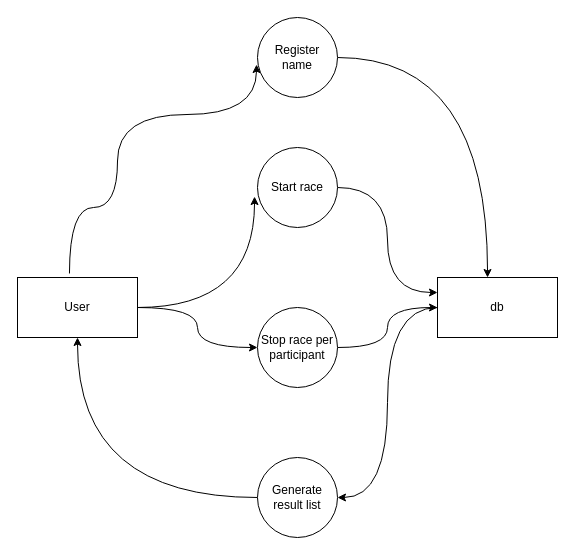
The draw.io diagram page "Basic flow" (1 of 2) of ProcessFlowDiagr.drawio in terjetopland/Merke, before the edit. Source tidied: cells renumbered, new cells numbered last; positions are measured from the earlier drawing's top-left corner, leaving out a move shared by most shapes. Both pictures are drawn from the tidied source at 100%, with x=0, y=0 at pixel (17, 17).
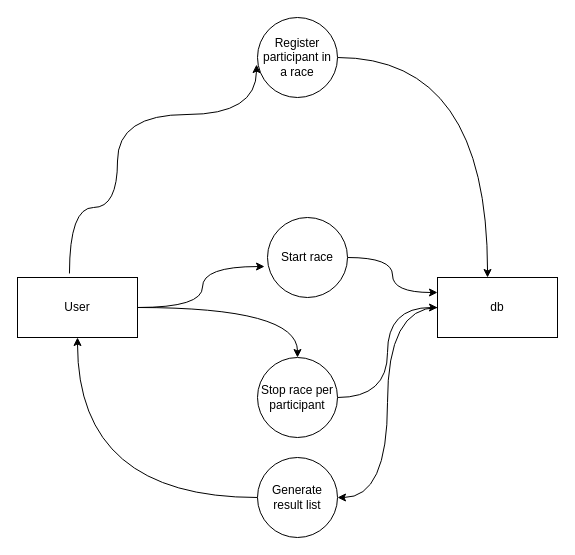
The same diagram, later.

What changed in the source:
```diff
@@
 <mxGraphModel>
   <root>
     <mxCell id="0" />
     <mxCell id="1" parent="0" />
     <mxCell id="2" style="edgeStyle=orthogonalEdgeStyle;rounded=0;jettySize=auto;html=1;exitX=0.433;exitY=-0.067;exitDx=0;exitDy=0;exitPerimeter=0;elbow=vertical;curved=1;entryX=-0.012;entryY=0.588;entryDx=0;entryDy=0;entryPerimeter=0;" parent="1" edge="1" source="5" target="9">
       <mxGeometry relative="1" as="geometry">
         <Array as="points">
           <mxPoint x="52" y="190" />
           <mxPoint x="100" y="190" />
           <mxPoint x="100" y="97" />
         </Array>
       </mxGeometry>
     </mxCell>
     <mxCell id="3" style="edgeStyle=orthogonalEdgeStyle;curved=1;rounded=0;jettySize=auto;html=1;entryX=-0.037;entryY=0.613;entryDx=0;entryDy=0;entryPerimeter=0;elbow=vertical;" parent="1" edge="1" source="5" target="11">
       <mxGeometry relative="1" as="geometry" />
     </mxCell>
     <mxCell id="4" style="edgeStyle=orthogonalEdgeStyle;curved=1;rounded=0;jettySize=auto;html=1;elbow=vertical;" parent="1" edge="1" source="5" target="13">
       <mxGeometry relative="1" as="geometry" />
     </mxCell>
     <mxCell id="5" value="User" style="rounded=0;whiteSpace=wrap;html=1;" parent="1" vertex="1">
       <mxGeometry y="260" width="120" height="60" as="geometry" />
     </mxCell>
     <mxCell id="6" style="edgeStyle=orthogonalEdgeStyle;curved=1;rounded=0;jettySize=auto;html=1;entryX=1;entryY=0.5;entryDx=0;entryDy=0;elbow=vertical;" parent="1" edge="1" source="7" target="15">
       <mxGeometry relative="1" as="geometry" />
     </mxCell>
     <mxCell id="7" value="db" style="rounded=0;whiteSpace=wrap;html=1;" parent="1" vertex="1">
       <mxGeometry x="420" y="260" width="120" height="60" as="geometry" />
     </mxCell>
     <mxCell id="8" style="edgeStyle=orthogonalEdgeStyle;curved=1;rounded=0;jettySize=auto;html=1;entryX=0.417;entryY=0;entryDx=0;entryDy=0;entryPerimeter=0;elbow=vertical;" parent="1" edge="1" source="9" target="7">
       <mxGeometry relative="1" as="geometry" />
     </mxCell>
-    <mxCell id="9" value="Register name" style="ellipse;whiteSpace=wrap;html=1;" parent="1" vertex="1">
+    <mxCell id="9" value="Register participant in a race" style="ellipse;whiteSpace=wrap;html=1;" parent="1" vertex="1">
       <mxGeometry x="240" width="80" height="80" as="geometry" />
     </mxCell>
     <mxCell id="10" style="edgeStyle=orthogonalEdgeStyle;curved=1;rounded=0;jettySize=auto;html=1;entryX=0;entryY=0.25;entryDx=0;entryDy=0;elbow=vertical;" parent="1" edge="1" source="11" target="7">
       <mxGeometry relative="1" as="geometry" />
     </mxCell>
     <mxCell id="11" value="Start race" style="ellipse;whiteSpace=wrap;html=1;" parent="1" vertex="1">
-      <mxGeometry x="240" y="130" width="80" height="80" as="geometry" />
+      <mxGeometry x="250" y="200" width="80" height="80" as="geometry" />
     </mxCell>
     <mxCell id="12" style="edgeStyle=orthogonalEdgeStyle;curved=1;rounded=0;jettySize=auto;html=1;entryX=0;entryY=0.5;entryDx=0;entryDy=0;elbow=vertical;" parent="1" edge="1" source="13" target="7">
       <mxGeometry relative="1" as="geometry" />
     </mxCell>
     <mxCell id="13" value="Stop race per participant" style="ellipse;whiteSpace=wrap;html=1;" parent="1" vertex="1">
-      <mxGeometry x="240" y="290" width="80" height="80" as="geometry" />
+      <mxGeometry x="240" y="340" width="80" height="80" as="geometry" />
     </mxCell>
     <mxCell id="14" style="edgeStyle=orthogonalEdgeStyle;curved=1;rounded=0;jettySize=auto;html=1;entryX=0.5;entryY=1;entryDx=0;entryDy=0;elbow=vertical;" parent="1" edge="1" source="15" target="5">
       <mxGeometry relative="1" as="geometry" />
     </mxCell>
     <mxCell id="15" value="Generate result list" style="ellipse;whiteSpace=wrap;html=1;" parent="1" vertex="1">
       <mxGeometry x="240" y="440" width="80" height="80" as="geometry" />
     </mxCell>
   </root>
 </mxGraphModel>
```
